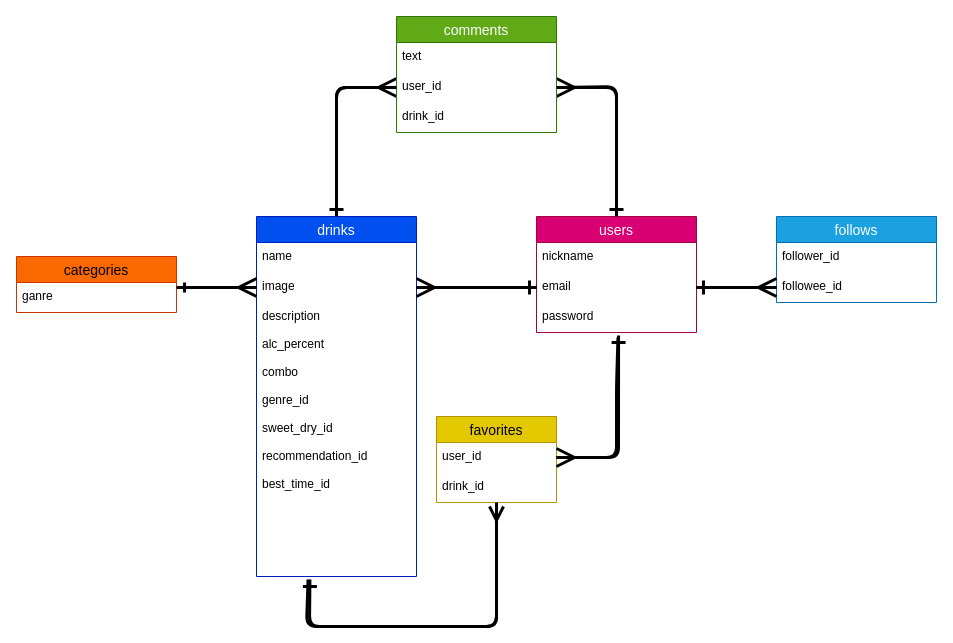
Earlier version of the draw.io diagram test.dio (t08mac23/albeva-38766). Source tidied: cells renumbered, new cells numbered last; positions are measured from the earlier drawing's top-left corner, leaving out a move shared by most shapes. Both pictures are drawn from the tidied source at 100%, with x=0, y=0 at pixel (16, 16).
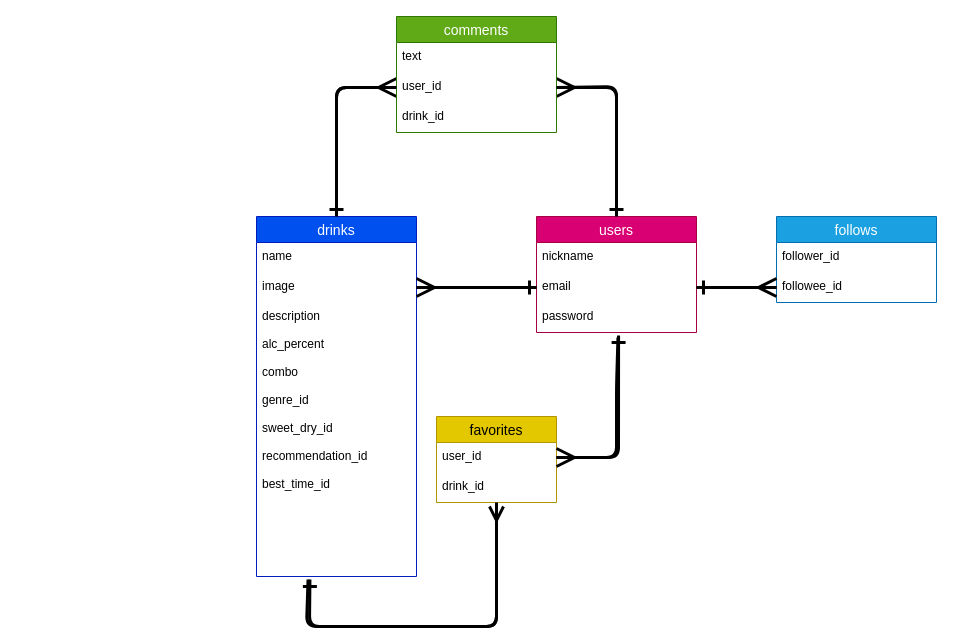
After the change.

Unchanged cells that the change refers to:
```xml
<mxCell id="5" value="image" style="text;strokeColor=none;fillColor=none;spacingLeft=4;spacingRight=4;overflow=hidden;points=[[0,0.5],[1,0.5]];portConstraint=eastwest;fontSize=12;" parent="3" vertex="1">
  <mxGeometry y="56" width="160" height="30" as="geometry" />
</mxCell>
```

What changed in the source:
```diff
@@
-    <mxCell id="22" value="categories" style="swimlane;fontStyle=0;horizontal=1;startSize=26;align=center;fontSize=14;fillColor=#fa6800;fontColor=#000000;strokeColor=#C73500;" parent="1" vertex="1">
-      <mxGeometry y="240" width="160" height="56" as="geometry" />
-    </mxCell>
-    <mxCell id="23" value="ganre" style="text;strokeColor=none;fillColor=none;spacingLeft=4;spacingRight=4;overflow=hidden;points=[[0,0.5],[1,0.5]];portConstraint=eastwest;fontSize=12;" parent="22" vertex="1">
-      <mxGeometry y="26" width="160" height="30" as="geometry" />
-    </mxCell>
@@
-    <mxCell id="29" style="edgeStyle=none;html=1;entryX=1.019;entryY=0.167;entryDx=0;entryDy=0;entryPerimeter=0;endArrow=ERone;endFill=0;strokeWidth=3;" parent="1" edge="1" source="5" target="23">
-      <mxGeometry relative="1" as="geometry" />
-    </mxCell>
@@
-    <mxCell id="32" style="edgeStyle=none;html=1;endArrow=ERmany;endFill=0;endSize=14;strokeWidth=3;" parent="1" edge="1">
-      <mxGeometry relative="1" as="geometry">
-        <mxPoint x="160" y="271" as="sourcePoint" />
-        <mxPoint x="240" y="271" as="targetPoint" />
-        <Array as="points">
-          <mxPoint x="200" y="271" />
-        </Array>
-      </mxGeometry>
-    </mxCell>
```
